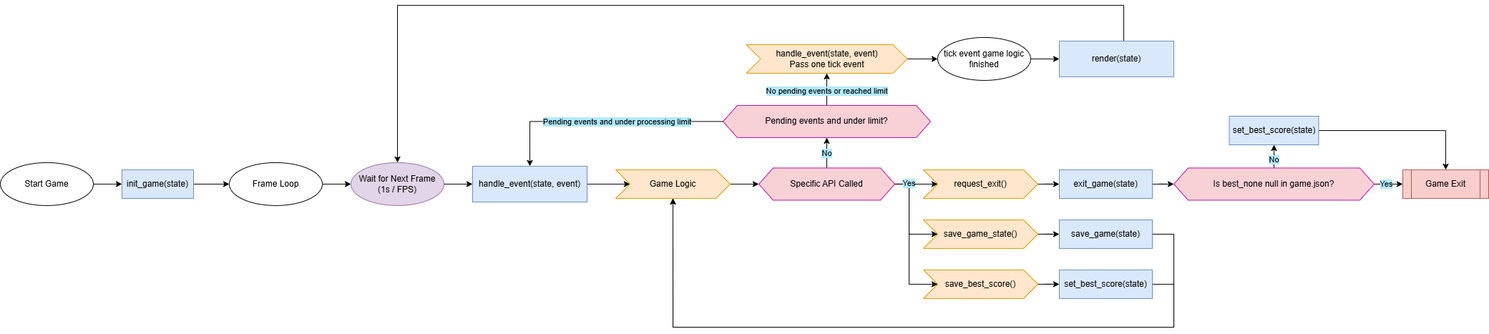
Before: dev_docs/en_us/image/program_flowchart.png, a diagram exported from draw.io (MXBraisedFish/tui-game). Source tidied: cells renumbered, new cells last; positions are measured from the earlier drawing's top-left corner, leaving out a move shared by most shapes.
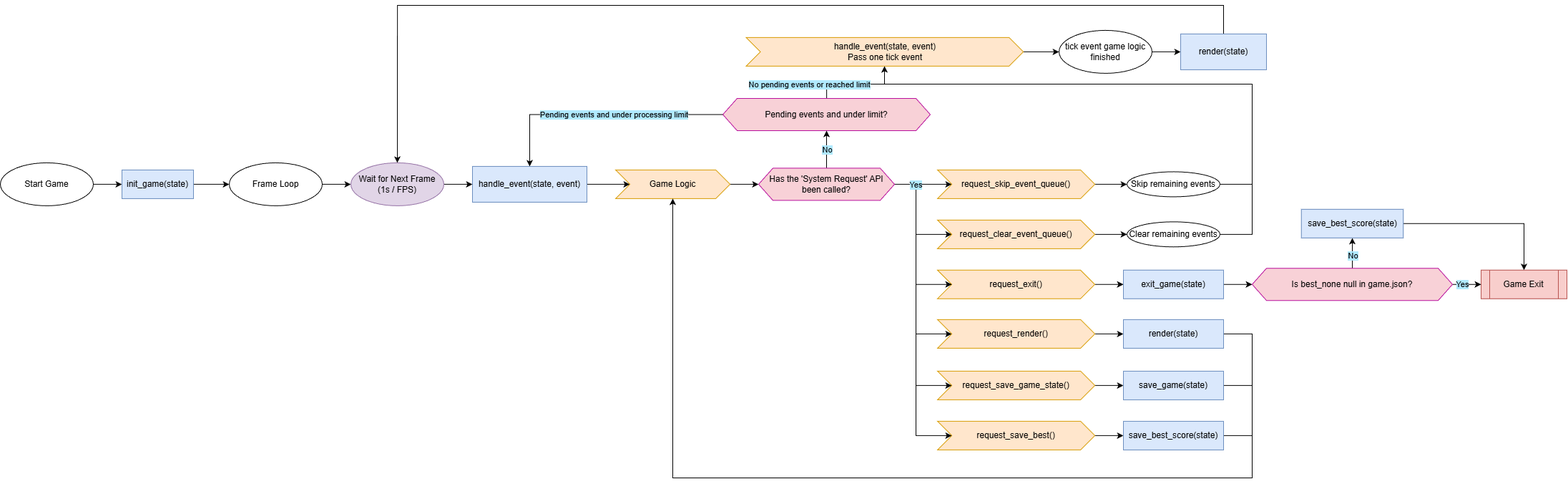
The same diagram one commit later.

Diff of the diagram source:
```diff
@@ -6,176 +6,199 @@
       <mxGeometry relative="1" as="geometry" />
     </mxCell>
     <mxCell id="3" value="Start Game" style="ellipse;whiteSpace=wrap;html=1;" parent="1" vertex="1">
-      <mxGeometry y="219.9" width="130" height="60" as="geometry" />
+      <mxGeometry y="204.9" width="130" height="60" as="geometry" />
     </mxCell>
     <mxCell id="4" style="edgeStyle=orthogonalEdgeStyle;rounded=0;jettySize=auto;html=1;" parent="1" edge="1" source="5" target="7">
       <mxGeometry relative="1" as="geometry" />
     </mxCell>
     <mxCell id="5" value="init_game(state)" style="rounded=0;whiteSpace=wrap;html=1;fillColor=#dae8fc;strokeColor=#6c8ebf;" parent="1" vertex="1">
-      <mxGeometry x="170" y="229.9" width="100" height="40" as="geometry" />
+      <mxGeometry x="170" y="214.9" width="100" height="40" as="geometry" />
     </mxCell>
     <mxCell id="6" style="edgeStyle=orthogonalEdgeStyle;rounded=0;jettySize=auto;html=1;" parent="1" edge="1" source="7" target="11">
       <mxGeometry relative="1" as="geometry" />
     </mxCell>
     <mxCell id="7" value="Frame Loop" style="ellipse;whiteSpace=wrap;html=1;" parent="1" vertex="1">
-      <mxGeometry x="320" y="219.9" width="130" height="60" as="geometry" />
+      <mxGeometry x="320" y="204.9" width="130" height="60" as="geometry" />
     </mxCell>
     <mxCell id="8" style="edgeStyle=orthogonalEdgeStyle;rounded=0;jettySize=auto;html=1;" parent="1" edge="1" source="9" target="13">
       <mxGeometry relative="1" as="geometry" />
     </mxCell>
     <mxCell id="9" value="&lt;p&gt;handle_event(state, event)&lt;/p&gt;" style="rounded=0;whiteSpace=wrap;html=1;fillColor=#dae8fc;strokeColor=#6c8ebf;" parent="1" vertex="1">
-      <mxGeometry x="660" y="224.9" width="160" height="50" as="geometry" />
+      <mxGeometry x="660" y="209.9" width="160" height="50" as="geometry" />
     </mxCell>
     <mxCell id="10" style="edgeStyle=orthogonalEdgeStyle;rounded=0;jettySize=auto;html=1;" parent="1" edge="1" source="11" target="9">
       <mxGeometry relative="1" as="geometry" />
     </mxCell>
-    <mxCell id="11" value="Wait for Next Frame&lt;div&gt;(1s / FPS)&lt;/div&gt;" style="ellipse;whiteSpace=wrap;html=1;fillColor=#e1d5e7;strokeColor=#9673a6;" parent="1" vertex="1">
-      <mxGeometry x="490" y="219.9" width="130" height="60" as="geometry" />
+    <mxCell id="11" value="Wait for Next Frame&lt;br&gt;&lt;div&gt;(1s / FPS)&lt;/div&gt;" style="ellipse;whiteSpace=wrap;html=1;fillColor=#e1d5e7;strokeColor=#9673a6;" parent="1" vertex="1">
+      <mxGeometry x="490" y="204.9" width="130" height="60" as="geometry" />
     </mxCell>
     <mxCell id="12" style="edgeStyle=orthogonalEdgeStyle;rounded=0;jettySize=auto;html=1;" parent="1" edge="1" source="13" target="42">
       <mxGeometry relative="1" as="geometry" />
     </mxCell>
     <mxCell id="13" value="Game Logic" style="shape=step;perimeter=stepPerimeter;whiteSpace=wrap;html=1;fixedSize=1;fillColor=#ffe6cc;strokeColor=#d79b00;" parent="1" vertex="1">
-      <mxGeometry x="860" y="229.9" width="160" height="40" as="geometry" />
+      <mxGeometry x="860" y="214.9" width="160" height="40" as="geometry" />
     </mxCell>
     <mxCell id="14" style="edgeStyle=orthogonalEdgeStyle;rounded=0;jettySize=auto;html=1;" parent="1" edge="1" source="15" target="25">
       <mxGeometry relative="1" as="geometry" />
     </mxCell>
     <mxCell id="15" value="request_exit()" style="shape=step;perimeter=stepPerimeter;whiteSpace=wrap;html=1;fixedSize=1;fillColor=#ffe6cc;strokeColor=#d79b00;" parent="1" vertex="1">
-      <mxGeometry x="1290" y="229.9" width="160" height="40" as="geometry" />
+      <mxGeometry x="1310" y="354.7" width="220" height="40" as="geometry" />
     </mxCell>
     <mxCell id="16" style="edgeStyle=orthogonalEdgeStyle;rounded=0;jettySize=auto;html=1;" parent="1" edge="1" source="17" target="21">
       <mxGeometry relative="1" as="geometry" />
     </mxCell>
-    <mxCell id="17" value="save_best_score()" style="shape=step;perimeter=stepPerimeter;whiteSpace=wrap;html=1;fixedSize=1;fillColor=#ffe6cc;strokeColor=#d79b00;align=center;" parent="1" vertex="1">
-      <mxGeometry x="1290" y="369.9" width="160" height="40" as="geometry" />
+    <mxCell id="17" value="request_save_best()" style="shape=step;perimeter=stepPerimeter;whiteSpace=wrap;html=1;fixedSize=1;fillColor=#ffe6cc;strokeColor=#d79b00;align=center;" parent="1" vertex="1">
+      <mxGeometry x="1310" y="565.9" width="220" height="40" as="geometry" />
     </mxCell>
     <mxCell id="18" style="edgeStyle=orthogonalEdgeStyle;rounded=0;jettySize=auto;html=1;" parent="1" edge="1" source="19" target="23">
       <mxGeometry relative="1" as="geometry" />
     </mxCell>
-    <mxCell id="19" value="save_game_state()" style="shape=step;perimeter=stepPerimeter;whiteSpace=wrap;html=1;fixedSize=1;fillColor=#ffe6cc;strokeColor=#d79b00;align=center;" parent="1" vertex="1">
-      <mxGeometry x="1290" y="299.9" width="160" height="40" as="geometry" />
+    <mxCell id="19" value="request_save_game_state()" style="shape=step;perimeter=stepPerimeter;whiteSpace=wrap;html=1;fixedSize=1;fillColor=#ffe6cc;strokeColor=#d79b00;align=center;" parent="1" vertex="1">
+      <mxGeometry x="1310" y="495.9" width="220" height="40" as="geometry" />
     </mxCell>
-    <mxCell id="20" style="edgeStyle=orthogonalEdgeStyle;rounded=0;jettySize=auto;html=1;entryX=0.5;entryY=1;entryDx=0;entryDy=0;" parent="1" edge="1" source="21" target="13">
-      <mxGeometry relative="1" as="geometry">
-        <Array as="points">
-          <mxPoint x="1640" y="390" />
-          <mxPoint x="1640" y="450" />
-          <mxPoint x="940" y="450" />
-        </Array>
-      </mxGeometry>
-    </mxCell>
+    <mxCell id="52" style="edgeStyle=orthogonalEdgeStyle;rounded=0;jettySize=auto;html=1;endArrow=none;endFill=0;" parent="1" edge="1" source="21">
+      <mxGeometry relative="1" as="geometry">
+        <mxPoint x="1750" y="585.9" as="targetPoint" />
+      </mxGeometry>
+    </mxCell>
-    <mxCell id="21" value="&lt;p&gt;set_best_score(state)&lt;/p&gt;" style="rounded=0;whiteSpace=wrap;html=1;fillColor=#dae8fc;strokeColor=#6c8ebf;" parent="1" vertex="1">
-      <mxGeometry x="1480" y="369.9" width="130" height="40" as="geometry" />
+    <mxCell id="21" value="&lt;p&gt;save_best_score(state)&lt;/p&gt;" style="rounded=0;whiteSpace=wrap;html=1;fillColor=#dae8fc;strokeColor=#6c8ebf;" parent="1" vertex="1">
+      <mxGeometry x="1570" y="565.9" width="140" height="40" as="geometry" />
     </mxCell>
-    <mxCell id="22" style="edgeStyle=orthogonalEdgeStyle;rounded=0;jettySize=auto;html=1;entryX=0.5;entryY=1;entryDx=0;entryDy=0;exitX=1;exitY=0.5;exitDx=0;exitDy=0;" parent="1" edge="1" source="23" target="13">
-      <mxGeometry relative="1" as="geometry">
-        <Array as="points">
-          <mxPoint x="1640" y="320" />
-          <mxPoint x="1640" y="450" />
-          <mxPoint x="940" y="450" />
-        </Array>
-      </mxGeometry>
-    </mxCell>
+    <mxCell id="53" style="edgeStyle=orthogonalEdgeStyle;rounded=0;jettySize=auto;html=1;endArrow=none;endFill=0;" parent="1" edge="1" source="23">
+      <mxGeometry relative="1" as="geometry">
+        <mxPoint x="1750" y="515.9" as="targetPoint" />
+      </mxGeometry>
+    </mxCell>
     <mxCell id="23" value="&lt;p&gt;save_game(state)&lt;/p&gt;" style="rounded=0;whiteSpace=wrap;html=1;fillColor=#dae8fc;strokeColor=#6c8ebf;" parent="1" vertex="1">
-      <mxGeometry x="1480" y="299.9" width="130" height="40" as="geometry" />
+      <mxGeometry x="1570" y="495.9" width="140" height="40" as="geometry" />
     </mxCell>
     <mxCell id="24" style="edgeStyle=orthogonalEdgeStyle;rounded=0;jettySize=auto;html=1;" parent="1" edge="1" source="25" target="47">
       <mxGeometry relative="1" as="geometry" />
     </mxCell>
     <mxCell id="25" value="&lt;p&gt;exit_game(state)&lt;/p&gt;" style="rounded=0;whiteSpace=wrap;html=1;fillColor=#dae8fc;strokeColor=#6c8ebf;" parent="1" vertex="1">
-      <mxGeometry x="1480" y="229.9" width="130" height="40" as="geometry" />
+      <mxGeometry x="1570" y="354.7" width="140" height="40" as="geometry" />
     </mxCell>
     <mxCell id="26" value="Game Exit" style="shape=process;whiteSpace=wrap;html=1;backgroundOutline=1;fillColor=#f8cecc;strokeColor=#b85450;" parent="1" vertex="1">
-      <mxGeometry x="1960" y="229.9" width="120" height="40" as="geometry" />
+      <mxGeometry x="2070" y="354.7" width="120" height="40" as="geometry" />
     </mxCell>
     <mxCell id="27" style="edgeStyle=orthogonalEdgeStyle;rounded=0;jettySize=auto;html=1;" parent="1" edge="1" source="29" target="31">
-      <mxGeometry relative="1" as="geometry" />
+      <mxGeometry relative="1" as="geometry">
+        <Array as="points">
+          <mxPoint x="1155" y="95" />
+          <mxPoint x="1236" y="95" />
+        </Array>
+      </mxGeometry>
     </mxCell>
     <mxCell id="28" value="No pending events or reached limit" style="edgeLabel;html=1;align=center;verticalAlign=middle;labelBackgroundColor=#B1EAFF;" parent="27" vertex="1">
-      <mxGeometry x="-0.12" relative="1" as="geometry" />
+      <mxGeometry x="-0.12" relative="1" as="geometry">
+        <mxPoint x="-60" as="offset" />
+      </mxGeometry>
     </mxCell>
     <mxCell id="29" value="Pending events and under limit?" style="shape=hexagon;perimeter=hexagonPerimeter2;whiteSpace=wrap;html=1;fixedSize=1;fillColor=#F8D1D7;strokeColor=#B90F9C;" parent="1" vertex="1">
-      <mxGeometry x="1010" y="139.9" width="290" height="45" as="geometry" />
+      <mxGeometry x="1010" y="115" width="290" height="45" as="geometry" />
     </mxCell>
     <mxCell id="30" style="edgeStyle=orthogonalEdgeStyle;rounded=0;jettySize=auto;html=1;" parent="1" edge="1" source="31" target="33">
       <mxGeometry relative="1" as="geometry" />
     </mxCell>
     <mxCell id="31" value="&lt;div&gt;handle_event(state, event)&lt;/div&gt;Pass one tick event" style="shape=step;perimeter=stepPerimeter;whiteSpace=wrap;html=1;fixedSize=1;fillColor=#ffe6cc;strokeColor=#d79b00;" parent="1" vertex="1">
-      <mxGeometry x="1042.5" y="54.9" width="225" height="40" as="geometry" />
+      <mxGeometry x="1042.5" y="29.9" width="387.5" height="40" as="geometry" />
     </mxCell>
     <mxCell id="32" style="edgeStyle=orthogonalEdgeStyle;rounded=0;jettySize=auto;html=1;" parent="1" edge="1" source="33" target="35">
       <mxGeometry relative="1" as="geometry" />
     </mxCell>
     <mxCell id="33" value="tick event game logic finished" style="ellipse;whiteSpace=wrap;html=1;" parent="1" vertex="1">
-      <mxGeometry x="1310" y="44.9" width="130" height="60" as="geometry" />
+      <mxGeometry x="1480" y="19.9" width="130" height="60" as="geometry" />
     </mxCell>
     <mxCell id="34" style="edgeStyle=orthogonalEdgeStyle;rounded=0;jettySize=auto;html=1;entryX=0.5;entryY=0;entryDx=0;entryDy=0;" parent="1" edge="1" source="35" target="11">
       <mxGeometry relative="1" as="geometry">
         <Array as="points">
-          <mxPoint x="1570" y="-0.1" />
-          <mxPoint x="555" y="-0.1" />
+          <mxPoint x="1710" y="-15" />
+          <mxPoint x="555" y="-15" />
         </Array>
       </mxGeometry>
     </mxCell>
     <mxCell id="35" value="&lt;p&gt;render(state)&lt;/p&gt;" style="rounded=0;whiteSpace=wrap;html=1;fillColor=#dae8fc;strokeColor=#6c8ebf;" parent="1" vertex="1">
-      <mxGeometry x="1480" y="49.9" width="160" height="50" as="geometry" />
+      <mxGeometry x="1650" y="24.9" width="120" height="50" as="geometry" />
     </mxCell>
-    <mxCell id="36" style="edgeStyle=orthogonalEdgeStyle;rounded=0;jettySize=auto;html=1;entryX=0;entryY=0.5;entryDx=0;entryDy=0;" parent="1" edge="1" source="42" target="19">
-      <mxGeometry relative="1" as="geometry">
-        <Array as="points">
-          <mxPoint x="1270" y="249.9" />
-          <mxPoint x="1270" y="319.9" />
-        </Array>
-      </mxGeometry>
-    </mxCell>
-    <mxCell id="37" style="edgeStyle=orthogonalEdgeStyle;rounded=0;jettySize=auto;html=1;entryX=0;entryY=0.5;entryDx=0;entryDy=0;" parent="1" edge="1" source="42" target="15">
-      <mxGeometry relative="1" as="geometry" />
-    </mxCell>
-    <mxCell id="38" style="edgeStyle=orthogonalEdgeStyle;rounded=0;jettySize=auto;html=1;entryX=0;entryY=0.5;entryDx=0;entryDy=0;" parent="1" edge="1" source="42" target="17">
-      <mxGeometry relative="1" as="geometry">
-        <Array as="points">
-          <mxPoint x="1270" y="249.9" />
-          <mxPoint x="1270" y="389.9" />
-        </Array>
-      </mxGeometry>
-    </mxCell>
-    <mxCell id="39" value="Yes" style="edgeLabel;html=1;align=center;verticalAlign=middle;labelBackgroundColor=#B1EAFF;" parent="38" vertex="1">
-      <mxGeometry x="-0.8" y="1" relative="1" as="geometry">
-        <mxPoint x="-1" y="-1" as="offset" />
-      </mxGeometry>
-    </mxCell>
     <mxCell id="40" style="edgeStyle=orthogonalEdgeStyle;rounded=0;jettySize=auto;html=1;" parent="1" edge="1" source="42" target="29">
       <mxGeometry relative="1" as="geometry" />
     </mxCell>
     <mxCell id="41" value="No" style="edgeLabel;html=1;align=center;verticalAlign=middle;labelBackgroundColor=#B1EAFF;" parent="40" vertex="1">
       <mxGeometry x="-0.02" relative="1" as="geometry" />
     </mxCell>
+    <mxCell id="54" style="edgeStyle=orthogonalEdgeStyle;rounded=0;jettySize=auto;html=1;entryX=0;entryY=0.5;entryDx=0;entryDy=0;" parent="1" edge="1" source="42" target="60">
+      <mxGeometry relative="1" as="geometry" />
+    </mxCell>
+    <mxCell id="55" style="edgeStyle=orthogonalEdgeStyle;rounded=0;jettySize=auto;html=1;entryX=0;entryY=0.5;entryDx=0;entryDy=0;" parent="1" edge="1" source="42" target="62">
+      <mxGeometry relative="1" as="geometry">
+        <Array as="points">
+          <mxPoint x="1280" y="235" />
+          <mxPoint x="1280" y="305" />
+        </Array>
+      </mxGeometry>
+    </mxCell>
+    <mxCell id="37" style="edgeStyle=orthogonalEdgeStyle;rounded=0;jettySize=auto;html=1;entryX=0;entryY=0.5;entryDx=0;entryDy=0;" parent="1" edge="1" source="42" target="15">
+      <mxGeometry relative="1" as="geometry">
+        <Array as="points">
+          <mxPoint x="1280" y="235" />
+          <mxPoint x="1280" y="375" />
+        </Array>
+      </mxGeometry>
+    </mxCell>
+    <mxCell id="56" style="edgeStyle=orthogonalEdgeStyle;rounded=0;jettySize=auto;html=1;entryX=0;entryY=0.5;entryDx=0;entryDy=0;" parent="1" edge="1" source="42" target="64">
+      <mxGeometry relative="1" as="geometry">
+        <Array as="points">
+          <mxPoint x="1280" y="235" />
+          <mxPoint x="1280" y="444" />
+        </Array>
+      </mxGeometry>
+    </mxCell>
+    <mxCell id="36" style="edgeStyle=orthogonalEdgeStyle;rounded=0;jettySize=auto;html=1;entryX=0;entryY=0.5;entryDx=0;entryDy=0;" parent="1" edge="1" source="42" target="19">
+      <mxGeometry relative="1" as="geometry">
+        <Array as="points">
+          <mxPoint x="1280" y="235" />
+          <mxPoint x="1280" y="516" />
+        </Array>
+      </mxGeometry>
+    </mxCell>
+    <mxCell id="38" style="edgeStyle=orthogonalEdgeStyle;rounded=0;jettySize=auto;html=1;entryX=0;entryY=0.5;entryDx=0;entryDy=0;" parent="1" edge="1" source="42" target="17">
+      <mxGeometry relative="1" as="geometry">
+        <Array as="points">
+          <mxPoint x="1280" y="235" />
+          <mxPoint x="1280" y="586" />
+        </Array>
+      </mxGeometry>
+    </mxCell>
+    <mxCell id="57" value="Yes" style="edgeLabel;html=1;align=center;verticalAlign=middle;labelBackgroundColor=#B1EAFF;" parent="38" vertex="1">
+      <mxGeometry x="-0.87" relative="1" as="geometry" />
+    </mxCell>
-    <mxCell id="42" value="Specific&amp;nbsp;&lt;span style=&quot;background-color: transparent; color: light-dark(rgb(0, 0, 0), rgb(255, 255, 255));&quot;&gt;API Called&lt;/span&gt;" style="shape=hexagon;perimeter=hexagonPerimeter2;whiteSpace=wrap;html=1;fixedSize=1;fillColor=#F8D1D7;strokeColor=#B90F9C;" parent="1" vertex="1">
-      <mxGeometry x="1060" y="227.4" width="190" height="45" as="geometry" />
+    <mxCell id="42" value="Has the 'System Request' API been called?" style="shape=hexagon;perimeter=hexagonPerimeter2;whiteSpace=wrap;html=1;fixedSize=1;fillColor=#F8D1D7;strokeColor=#B90F9C;" parent="1" vertex="1">
+      <mxGeometry x="1060" y="212.4" width="190" height="45" as="geometry" />
     </mxCell>
     <mxCell id="43" style="edgeStyle=orthogonalEdgeStyle;rounded=0;jettySize=auto;html=1;" parent="1" edge="1" source="47" target="26">
       <mxGeometry relative="1" as="geometry" />
     </mxCell>
-    <mxCell id="44" value="Yes" style="edgeLabel;html=1;align=center;verticalAlign=middle;labelBackgroundColor=#B1EAFF;" parent="43" vertex="1">
-      <mxGeometry x="-0.07" y="2" relative="1" as="geometry">
-        <mxPoint x="-2" y="2" as="offset" />
-      </mxGeometry>
-    </mxCell>
+    <mxCell id="58" value="Yes" style="edgeLabel;html=1;align=center;verticalAlign=middle;labelBackgroundColor=#B1EAFF;" parent="43" vertex="1">
+      <mxGeometry x="-0.12" relative="1" as="geometry">
+        <mxPoint x="-4" as="offset" />
+      </mxGeometry>
+    </mxCell>
     <mxCell id="45" style="edgeStyle=orthogonalEdgeStyle;rounded=0;jettySize=auto;html=1;" parent="1" edge="1" source="47" target="49">
       <mxGeometry relative="1" as="geometry" />
     </mxCell>
     <mxCell id="46" value="No" style="edgeLabel;html=1;align=center;verticalAlign=middle;labelBackgroundColor=#B1EAFF;" parent="45" vertex="1">
-      <mxGeometry x="0.16" relative="1" as="geometry" />
+      <mxGeometry x="-0.41" relative="1" as="geometry">
+        <mxPoint y="-6" as="offset" />
+      </mxGeometry>
     </mxCell>
     <mxCell id="47" value="Is best_none null in game.json?" style="shape=hexagon;perimeter=hexagonPerimeter2;whiteSpace=wrap;html=1;fixedSize=1;fillColor=#F8D1D7;strokeColor=#B90F9C;" parent="1" vertex="1">
-      <mxGeometry x="1640" y="227.4" width="280" height="45" as="geometry" />
+      <mxGeometry x="1750" y="352.2" width="280" height="45" as="geometry" />
     </mxCell>
     <mxCell id="48" style="edgeStyle=orthogonalEdgeStyle;rounded=0;jettySize=auto;html=1;entryX=0.5;entryY=0;entryDx=0;entryDy=0;" parent="1" edge="1" source="49" target="26">
       <mxGeometry relative="1" as="geometry" />
     </mxCell>
-    <mxCell id="49" value="&lt;p&gt;set_best_score(state)&lt;/p&gt;" style="rounded=0;whiteSpace=wrap;html=1;fillColor=#dae8fc;strokeColor=#6c8ebf;" parent="1" vertex="1">
-      <mxGeometry x="1717.5" y="155" width="125" height="40" as="geometry" />
+    <mxCell id="49" value="&lt;p&gt;save_best_score(state)&lt;/p&gt;" style="rounded=0;whiteSpace=wrap;html=1;fillColor=#dae8fc;strokeColor=#6c8ebf;" parent="1" vertex="1">
+      <mxGeometry x="1818.8" y="269.8" width="142.5" height="40" as="geometry" />
     </mxCell>
     <mxCell id="50" style="edgeStyle=orthogonalEdgeStyle;rounded=0;jettySize=auto;html=1;entryX=0.5;entryY=0;entryDx=0;entryDy=0;" parent="1" edge="1" source="29" target="9">
       <mxGeometry relative="1" as="geometry" />
@@ -183,5 +206,59 @@
     <mxCell id="51" value="Pending events and under processing limit" style="edgeLabel;html=1;align=center;verticalAlign=middle;labelBackgroundColor=#B1EAFF;" parent="50" vertex="1">
       <mxGeometry x="-0.11" relative="1" as="geometry" />
     </mxCell>
+    <mxCell id="59" style="edgeStyle=orthogonalEdgeStyle;rounded=0;jettySize=auto;html=1;" parent="1" edge="1" source="60" target="68">
+      <mxGeometry relative="1" as="geometry" />
+    </mxCell>
+    <mxCell id="60" value="request_skip_event_queue()" style="shape=step;perimeter=stepPerimeter;whiteSpace=wrap;html=1;fixedSize=1;fillColor=#ffe6cc;strokeColor=#d79b00;" parent="1" vertex="1">
+      <mxGeometry x="1310" y="214.9" width="220" height="40" as="geometry" />
+    </mxCell>
+    <mxCell id="61" style="edgeStyle=orthogonalEdgeStyle;rounded=0;jettySize=auto;html=1;" parent="1" edge="1" source="62" target="70">
+      <mxGeometry relative="1" as="geometry" />
+    </mxCell>
+    <mxCell id="62" value="request_clear_event_queue()" style="shape=step;perimeter=stepPerimeter;whiteSpace=wrap;html=1;fixedSize=1;fillColor=#ffe6cc;strokeColor=#d79b00;" parent="1" vertex="1">
+      <mxGeometry x="1310" y="284.8" width="220" height="40" as="geometry" />
+    </mxCell>
+    <mxCell id="63" style="edgeStyle=orthogonalEdgeStyle;rounded=0;jettySize=auto;html=1;" parent="1" edge="1" source="64" target="66">
+      <mxGeometry relative="1" as="geometry" />
+    </mxCell>
+    <mxCell id="64" value="request_render()" style="shape=step;perimeter=stepPerimeter;whiteSpace=wrap;html=1;fixedSize=1;fillColor=#ffe6cc;strokeColor=#d79b00;" parent="1" vertex="1">
+      <mxGeometry x="1310" y="423.9" width="220" height="40" as="geometry" />
+    </mxCell>
+    <mxCell id="65" style="edgeStyle=orthogonalEdgeStyle;rounded=0;jettySize=auto;html=1;entryX=0.5;entryY=1;entryDx=0;entryDy=0;exitX=1;exitY=0.5;exitDx=0;exitDy=0;" parent="1" edge="1" source="66" target="13">
+      <mxGeometry relative="1" as="geometry">
+        <Array as="points">
+          <mxPoint x="1750" y="444" />
+          <mxPoint x="1750" y="645" />
+          <mxPoint x="940" y="645" />
+        </Array>
+      </mxGeometry>
+    </mxCell>
+    <mxCell id="66" value="&lt;p&gt;render(state)&lt;/p&gt;" style="rounded=0;whiteSpace=wrap;html=1;fillColor=#dae8fc;strokeColor=#6c8ebf;" parent="1" vertex="1">
+      <mxGeometry x="1570" y="423.9" width="140" height="40" as="geometry" />
+    </mxCell>
+    <mxCell id="67" style="edgeStyle=orthogonalEdgeStyle;rounded=0;jettySize=auto;html=1;endArrow=none;endFill=0;" parent="1" edge="1" source="68">
+      <mxGeometry relative="1" as="geometry">
+        <mxPoint x="1220" y="95" as="targetPoint" />
+        <Array as="points">
+          <mxPoint x="1750" y="235" />
+          <mxPoint x="1750" y="95" />
+        </Array>
+      </mxGeometry>
+    </mxCell>
+    <mxCell id="68" value="Skip remaining&amp;nbsp;events" style="ellipse;whiteSpace=wrap;html=1;" parent="1" vertex="1">
+      <mxGeometry x="1575" y="217.4" width="130" height="35" as="geometry" />
+    </mxCell>
+    <mxCell id="69" style="edgeStyle=orthogonalEdgeStyle;rounded=0;jettySize=auto;html=1;curved=0;endArrow=none;endFill=0;" parent="1" edge="1" source="70">
+      <mxGeometry relative="1" as="geometry">
+        <mxPoint x="1750" y="230" as="targetPoint" />
+        <Array as="points">
+          <mxPoint x="1750" y="305" />
+          <mxPoint x="1750" y="230" />
+        </Array>
+      </mxGeometry>
+    </mxCell>
+    <mxCell id="70" value="Clear remaining events" style="ellipse;whiteSpace=wrap;html=1;" parent="1" vertex="1">
+      <mxGeometry x="1575" y="287.3" width="130" height="35" as="geometry" />
+    </mxCell>
   </root>
 </mxGraphModel>
```
